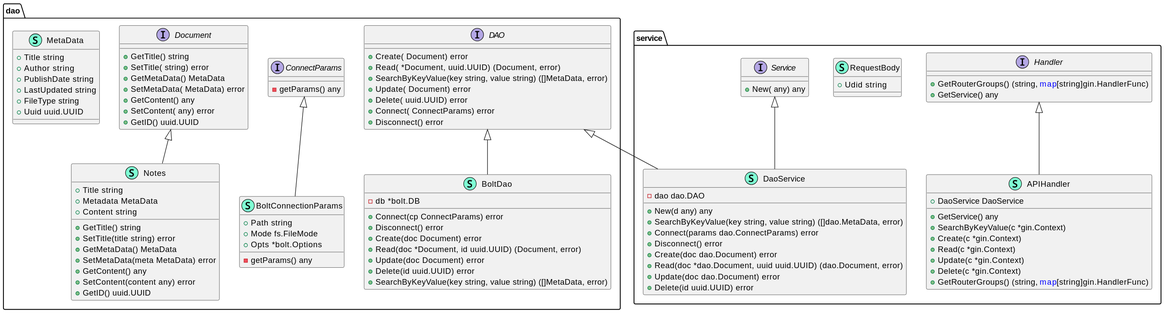
This is diagrams/uml.svg from f5aaff/scriptorium, a PlantUML export, as it was before one commit.
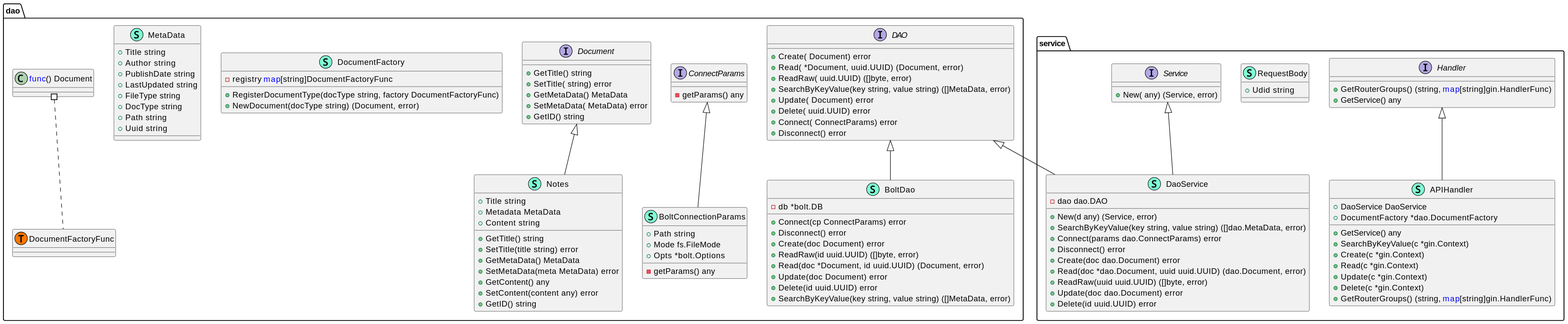
The same diagram one commit later.

What changed in the source:
```diff
@@ -14,6 +14,7 @@
         + Connect(cp ConnectParams) error
         + Disconnect() error
         + Create(doc Document) error
+        + ReadRaw(id uuid.UUID) ([]byte, error)
         + Read(doc *Document, id uuid.UUID) (Document, error)
         + Update(doc Document) error
         + Delete(id uuid.UUID) error
@@ -27,6 +28,7 @@
     interface DAO  {
         + Create( Document) error
         + Read( *Document,  uuid.UUID) (Document, error)
+        + ReadRaw( uuid.UUID) ([]byte, error)
         + SearchByKeyValue(key string, value string) ([]MetaData, error)
         + Update( Document) error
         + Delete( uuid.UUID) error
@@ -39,9 +41,14 @@
         + SetTitle( string) error
         + GetMetaData() MetaData
         + SetMetaData( MetaData) error
-        + GetContent() any
-        + SetContent( any) error
-        + GetID() uuid.UUID
+        + GetID() string
+
+    }
+    class DocumentFactory << (S,Aquamarine) >> {
+        - registry <font color=blue>map</font>[string]DocumentFactoryFunc
+
+        + RegisterDocumentType(docType string, factory DocumentFactoryFunc)
+        + NewDocument(docType string) (Document, error)
 
     }
     class MetaData << (S,Aquamarine) >> {
@@ -50,7 +57,9 @@
         + PublishDate string
         + LastUpdated string
         + FileType string
-        + Uuid uuid.UUID
+        + DocType string
+        + Path string
+        + Uuid string
 
     }
     class Notes << (S,Aquamarine) >> {
@@ -64,8 +73,10 @@
         + SetMetaData(meta MetaData) error
         + GetContent() any
         + SetContent(content any) error
-        + GetID() uuid.UUID
+        + GetID() string
 
+    }
+    class dao.DocumentFactoryFunc << (T, #FF7700) >>  {
     }
 }
 
@@ -76,6 +87,7 @@
 namespace service {
     class APIHandler << (S,Aquamarine) >> {
         + DaoService DaoService
+        + DocumentFactory *dao.DocumentFactory
 
         + GetService() any
         + SearchByKeyValue(c *gin.Context)
@@ -89,12 +101,13 @@
     class DaoService << (S,Aquamarine) >> {
         - dao dao.DAO
 
-        + New(d any) any
+        + New(d any) (Service, error)
         + SearchByKeyValue(key string, value string) ([]dao.MetaData, error)
         + Connect(params dao.ConnectParams) error
         + Disconnect() error
         + Create(doc dao.Document) error
         + Read(doc *dao.Document, uuid uuid.UUID) (dao.Document, error)
+        + ReadRaw(uuid uuid.UUID) ([]byte, error)
         + Update(doc dao.Document) error
         + Delete(id uuid.UUID) error
 
@@ -109,7 +122,7 @@
 
     }
     interface Service  {
-        + New( any) any
+        + New( any) (Service, error)
 
     }
 }
@@ -117,4 +130,6 @@
 "service.Handler" <|-- "service.APIHandler"
 "dao.DAO" <|-- "service.DaoService"
 "service.Service" <|-- "service.DaoService"
+
+"dao.<font color=blue>func</font>() Document" #.. "dao.DocumentFactoryFunc"
 @enduml
```
